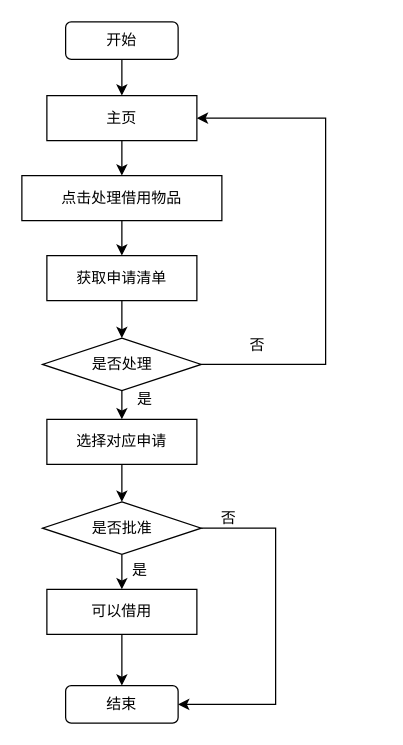
Earlier version of the draw.io diagram pic/管理员运行控制.drawio (ZYNsama666/Software_engineering). Source tidied: cells renumbered, new cells numbered last; positions are measured from the earlier drawing's top-left corner, leaving out a move shared by most shapes. Both pictures are drawn from the tidied source at 125%, with x=0, y=0 at pixel (21, 21).
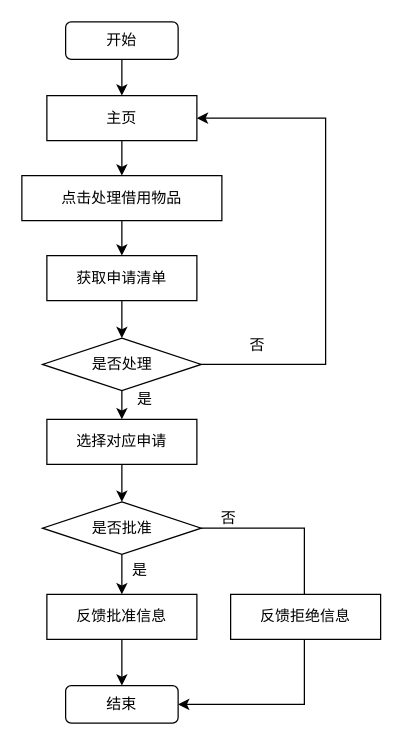
The same page after the edit.

Commit message (it also covers changes not shown here):
更新管理员运行控制.drawio

The change refers to these unchanged cells:
```xml
<mxCell id="17" value="结束" style="rounded=1;whiteSpace=wrap;html=1;" parent="1" vertex="1">
  <mxGeometry x="35" y="531" width="90" height="30" as="geometry" />
</mxCell>
<mxCell id="20" value="是否批准" style="rhombus;whiteSpace=wrap;html=1;rounded=0;" parent="1" vertex="1">
  <mxGeometry x="16.5" y="384" width="127" height="42" as="geometry" />
</mxCell>
```

Diff of the diagram source:
```diff
@@
     <mxCell id="19" style="edgeStyle=orthogonalEdgeStyle;rounded=0;jettySize=auto;html=1;entryX=1;entryY=0.5;entryDx=0;entryDy=0;" parent="1" edge="1" source="20" target="17">
       <mxGeometry relative="1" as="geometry">
         <Array as="points">
-          <mxPoint x="203" y="405" />
-          <mxPoint x="203" y="546" />
+          <mxPoint x="226" y="405" />
+          <mxPoint x="226" y="546" />
         </Array>
       </mxGeometry>
     </mxCell>
@@
-    <mxCell id="22" value="可以借用" style="rounded=0;whiteSpace=wrap;html=1;" parent="1" vertex="1">
-      <mxGeometry x="20" y="454" width="120" height="36" as="geometry" />
+    <mxCell id="22" value="反馈批准信息" style="rounded=0;whiteSpace=wrap;html=1;" parent="1" vertex="1">
+      <mxGeometry x="20" y="458" width="120" height="36" as="geometry" />
     </mxCell>
@@
+    <mxCell id="25" value="反馈拒绝信息" style="rounded=0;whiteSpace=wrap;html=1;" parent="1" vertex="1">
+      <mxGeometry x="167" y="458" width="120" height="36" as="geometry" />
+    </mxCell>
```
